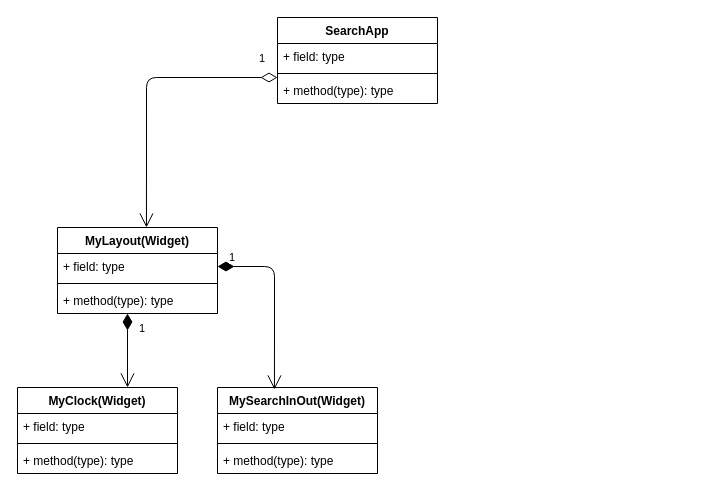
Before: page "Page-1" (1 of 2) of UML-samples/classes.drawio in ExeterBScDTS/ECM2429-drawio, a draw.io diagram. Source tidied: cells renumbered, new cells numbered last; positions are measured from the earlier drawing's top-left corner, leaving out a move shared by most shapes. Both pictures are drawn from the tidied source at 100%, with x=0, y=0 at pixel (17, 17).
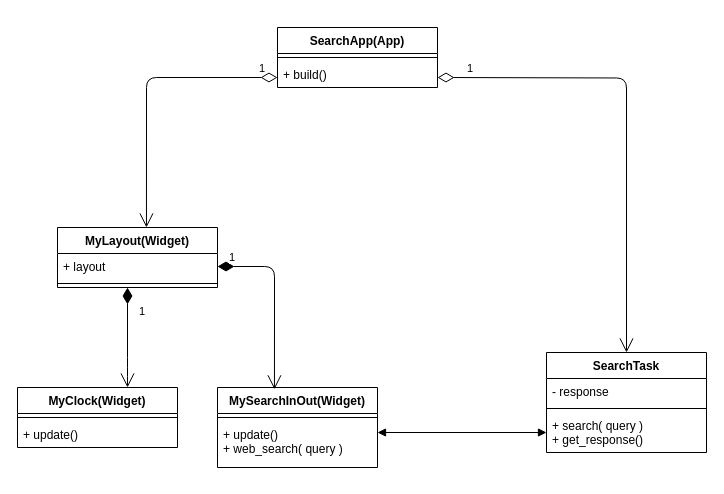
The same diagram, later.

The edit, as a diff of the source:
```diff
@@
     <mxCell id="2" value="MyLayout(Widget)" style="swimlane;fontStyle=1;align=center;verticalAlign=top;horizontal=1;startSize=26;" parent="1" vertex="1">
-      <mxGeometry x="40" y="210" width="160" height="86" as="geometry" />
+      <mxGeometry x="40" y="210" width="160" height="60" as="geometry" />
     </mxCell>
-    <mxCell id="3" value="+ field: type" style="text;strokeColor=none;fillColor=none;align=left;verticalAlign=top;spacingLeft=4;spacingRight=4;overflow=hidden;points=[[0,0.5],[1,0.5]];portConstraint=eastwest;" parent="2" vertex="1">
+    <mxCell id="3" value="+ layout" style="text;strokeColor=none;fillColor=none;align=left;verticalAlign=top;spacingLeft=4;spacingRight=4;overflow=hidden;points=[[0,0.5],[1,0.5]];portConstraint=eastwest;" parent="2" vertex="1">
       <mxGeometry y="26" width="160" height="26" as="geometry" />
     </mxCell>
@@
-    <mxCell id="5" value="+ method(type): type" style="text;strokeColor=none;fillColor=none;align=left;verticalAlign=top;spacingLeft=4;spacingRight=4;overflow=hidden;" parent="2" vertex="1">
-      <mxGeometry y="60" width="160" height="26" as="geometry" />
-    </mxCell>
-    <mxCell id="6" value="SearchApp" style="swimlane;fontStyle=1;align=center;verticalAlign=top;horizontal=1;startSize=26;" parent="1" vertex="1">
-      <mxGeometry x="260" width="160" height="86" as="geometry" />
+    <mxCell id="6" value="SearchApp(App)" style="swimlane;fontStyle=1;align=center;verticalAlign=top;horizontal=1;startSize=26;" parent="1" vertex="1">
+      <mxGeometry x="260" y="10" width="160" height="60" as="geometry" />
     </mxCell>
-    <mxCell id="7" value="+ field: type" style="text;strokeColor=none;fillColor=none;align=left;verticalAlign=top;spacingLeft=4;spacingRight=4;overflow=hidden;" parent="6" vertex="1">
-      <mxGeometry y="26" width="160" height="26" as="geometry" />
-    </mxCell>
     <mxCell id="8" style="line;strokeWidth=1;fillColor=none;align=left;verticalAlign=middle;spacingTop=-1;spacingLeft=3;spacingRight=3;labelPosition=right;" parent="6" vertex="1">
-      <mxGeometry y="52" width="160" height="8" as="geometry" />
+      <mxGeometry y="26" width="160" height="8" as="geometry" />
     </mxCell>
-    <mxCell id="9" value="+ method(type): type" style="text;strokeColor=none;fillColor=none;align=left;verticalAlign=top;spacingLeft=4;spacingRight=4;overflow=hidden;" parent="6" vertex="1">
-      <mxGeometry y="60" width="160" height="26" as="geometry" />
+    <mxCell id="9" value="+ build()" style="text;strokeColor=none;fillColor=none;align=left;verticalAlign=top;spacingLeft=4;spacingRight=4;overflow=hidden;" parent="6" vertex="1">
+      <mxGeometry y="34" width="160" height="26" as="geometry" />
     </mxCell>
     <mxCell id="10" value="MyClock(Widget)" style="swimlane;fontStyle=1;align=center;verticalAlign=top;horizontal=1;startSize=26;" parent="1" vertex="1">
-      <mxGeometry y="370" width="160" height="86" as="geometry" />
+      <mxGeometry y="370" width="160" height="60" as="geometry" />
     </mxCell>
-    <mxCell id="11" value="+ field: type" style="text;strokeColor=none;fillColor=none;align=left;verticalAlign=top;spacingLeft=4;spacingRight=4;overflow=hidden;" parent="10" vertex="1">
-      <mxGeometry y="26" width="160" height="26" as="geometry" />
-    </mxCell>
     <mxCell id="12" style="line;strokeWidth=1;fillColor=none;align=left;verticalAlign=middle;spacingTop=-1;spacingLeft=3;spacingRight=3;labelPosition=right;" parent="10" vertex="1">
-      <mxGeometry y="52" width="160" height="8" as="geometry" />
+      <mxGeometry y="26" width="160" height="8" as="geometry" />
     </mxCell>
-    <mxCell id="13" value="+ method(type): type" style="text;strokeColor=none;fillColor=none;align=left;verticalAlign=top;spacingLeft=4;spacingRight=4;overflow=hidden;" parent="10" vertex="1">
-      <mxGeometry y="60" width="160" height="26" as="geometry" />
+    <mxCell id="13" value="+ update()" style="text;strokeColor=none;fillColor=none;align=left;verticalAlign=top;spacingLeft=4;spacingRight=4;overflow=hidden;" parent="10" vertex="1">
+      <mxGeometry y="34" width="160" height="26" as="geometry" />
     </mxCell>
     <mxCell id="14" value="MySearchInOut(Widget)" style="swimlane;fontStyle=1;align=center;verticalAlign=top;horizontal=1;startSize=26;" parent="1" vertex="1">
-      <mxGeometry x="200" y="370" width="160" height="86" as="geometry" />
+      <mxGeometry x="200" y="370" width="160" height="80" as="geometry" />
     </mxCell>
-    <mxCell id="15" value="+ field: type" style="text;strokeColor=none;fillColor=none;align=left;verticalAlign=top;spacingLeft=4;spacingRight=4;overflow=hidden;" parent="14" vertex="1">
-      <mxGeometry y="26" width="160" height="26" as="geometry" />
-    </mxCell>
     <mxCell id="16" style="line;strokeWidth=1;fillColor=none;align=left;verticalAlign=middle;spacingTop=-1;spacingLeft=3;spacingRight=3;labelPosition=right;" parent="14" vertex="1">
-      <mxGeometry y="52" width="160" height="8" as="geometry" />
+      <mxGeometry y="26" width="160" height="8" as="geometry" />
     </mxCell>
-    <mxCell id="17" value="+ method(type): type" style="text;strokeColor=none;fillColor=none;align=left;verticalAlign=top;spacingLeft=4;spacingRight=4;overflow=hidden;" parent="14" vertex="1">
-      <mxGeometry y="60" width="160" height="26" as="geometry" />
+    <mxCell id="17" value="+ update()&#10;+ web_search( query )" style="text;strokeColor=none;fillColor=none;align=left;verticalAlign=top;spacingLeft=4;spacingRight=4;overflow=hidden;" parent="14" vertex="1">
+      <mxGeometry y="34" width="160" height="46" as="geometry" />
     </mxCell>
     <mxCell id="18" value="1" style="endArrow=open;html=1;endSize=12;startArrow=diamondThin;startSize=14;startFill=1;edgeStyle=orthogonalEdgeStyle;align=left;verticalAlign=bottom;" parent="1" edge="1">
       <mxGeometry x="-0.35" y="10" relative="1" as="geometry">
-        <mxPoint x="110" y="296" as="sourcePoint" />
+        <mxPoint x="110" y="270" as="sourcePoint" />
         <mxPoint x="110" y="370" as="targetPoint" />
+        <Array as="points">
+          <mxPoint x="110" y="350" />
+          <mxPoint x="110" y="350" />
+        </Array>
       </mxGeometry>
     </mxCell>
@@
     <mxCell id="20" value="1" style="endArrow=open;html=1;endSize=12;startArrow=diamondThin;startSize=14;startFill=0;edgeStyle=orthogonalEdgeStyle;align=left;verticalAlign=bottom;exitX=0.556;exitY=-0.058;exitDx=0;exitDy=0;exitPerimeter=0;entryX=0.556;entryY=0;entryDx=0;entryDy=0;entryPerimeter=0;" parent="1" edge="1" target="2">
-      <mxGeometry x="-0.86" y="-10" relative="1" as="geometry">
+      <mxGeometry x="-0.86" relative="1" as="geometry">
         <mxPoint x="260" y="60" as="sourcePoint" />
         <Array as="points">
           <mxPoint x="129" y="60" />
         </Array>
       </mxGeometry>
     </mxCell>
+    <mxCell id="21" value="SearchTask" style="swimlane;fontStyle=1;align=center;verticalAlign=top;horizontal=1;startSize=26;" parent="1" vertex="1">
+      <mxGeometry x="529" y="335" width="160" height="100" as="geometry" />
+    </mxCell>
+    <mxCell id="22" value="- response" style="text;strokeColor=none;fillColor=none;align=left;verticalAlign=top;spacingLeft=4;spacingRight=4;overflow=hidden;" parent="21" vertex="1">
+      <mxGeometry y="26" width="160" height="26" as="geometry" />
+    </mxCell>
+    <mxCell id="23" style="line;strokeWidth=1;fillColor=none;align=left;verticalAlign=middle;spacingTop=-1;spacingLeft=3;spacingRight=3;labelPosition=right;" parent="21" vertex="1">
+      <mxGeometry y="52" width="160" height="8" as="geometry" />
+    </mxCell>
+    <mxCell id="24" value="+ search( query )&#10;+ get_response()" style="text;strokeColor=none;fillColor=none;align=left;verticalAlign=top;spacingLeft=4;spacingRight=4;overflow=hidden;points=[[0,0.5],[1,0.5]];portConstraint=eastwest;" parent="21" vertex="1">
+      <mxGeometry y="60" width="160" height="40" as="geometry" />
+    </mxCell>
+    <mxCell id="25" value="1" style="endArrow=open;html=1;endSize=12;startArrow=diamondThin;startSize=14;startFill=0;edgeStyle=orthogonalEdgeStyle;align=left;verticalAlign=bottom;entryX=0.5;entryY=0;entryDx=0;entryDy=0;" parent="1" edge="1" target="21">
+      <mxGeometry x="-0.88" relative="1" as="geometry">
+        <mxPoint x="420" y="60" as="sourcePoint" />
+      </mxGeometry>
+    </mxCell>
+    <mxCell id="26" style="endArrow=block;startArrow=block;endFill=1;startFill=1;html=1;entryX=0;entryY=0.5;entryDx=0;entryDy=0;" parent="1" edge="1" target="24">
+      <mxGeometry relative="1" as="geometry">
+        <mxPoint x="360" y="415" as="sourcePoint" />
+      </mxGeometry>
+    </mxCell>
```
